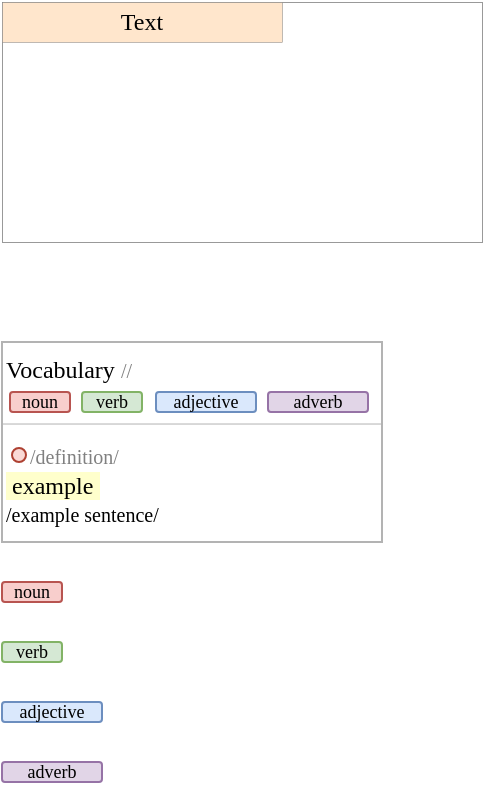
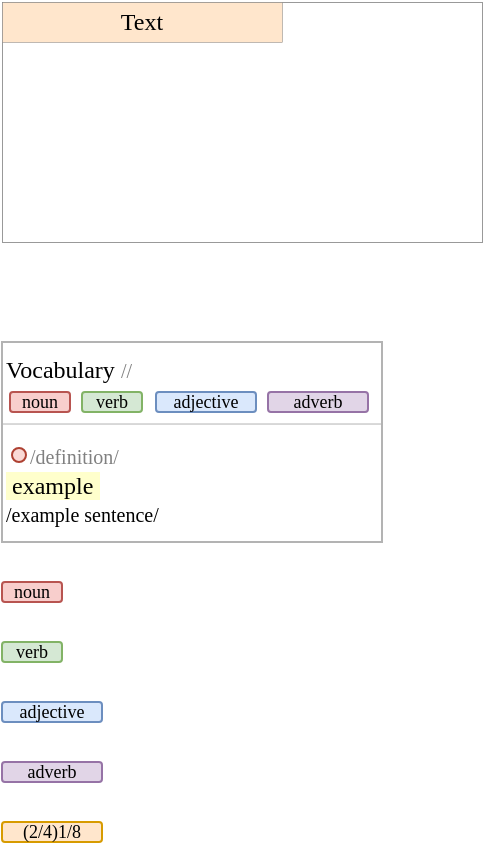
- <mxfile host="Electron" agent="Mozilla/5.0 (Macintosh; Intel Mac OS X 10_15_7) AppleWebKit/537.36 (KHTML, like Gecko) draw.io/29.3.0 Chrome/140.0.7339.249 Electron/38.7.2 Safari/537.36" version="29.3.0">
+ <mxfile host="app.diagrams.net" agent="Mozilla/5.0 (Macintosh; Intel Mac OS X 10_15_7) AppleWebKit/537.36 (KHTML, like Gecko) draw.io/29.3.0 Chrome/140.0.7339.249 Electron/38.7.2 Safari/537.36">
  <diagram name="work" id="fl1Ub4_RzcGnxSHl35ew">
-     <mxGraphModel dx="1301" dy="5329" grid="1" gridSize="10" guides="1" tooltips="1" connect="1" arrows="1" fold="1" page="1" pageScale="1" pageWidth="3300" pageHeight="4681" math="0" shadow="0">
+     <mxGraphModel dx="1087" dy="5137" grid="1" gridSize="10" guides="1" tooltips="1" connect="1" arrows="1" fold="1" page="1" pageScale="1" pageWidth="3300" pageHeight="4681" math="0" shadow="0">
      <root>
        <mxCell id="0" />
        <mxCell id="1" parent="0" />
        <mxCell id="IXuCNjXYKzgE3uD9pj-D-1" parent="1" style="rounded=0;whiteSpace=wrap;html=1;fontFamily=Comic Sans MS;align=left;verticalAlign=top;strokeColor=#999999;strokeWidth=0.5;fillColor=none;" value="" vertex="1">
          <mxGeometry height="120" width="240" x="160" y="-10" as="geometry" />
        </mxCell>
        <mxCell id="IXuCNjXYKzgE3uD9pj-D-2" parent="1" style="text;html=1;whiteSpace=wrap;strokeColor=#808080;fillColor=#FFE6CC;align=center;verticalAlign=middle;rounded=0;strokeWidth=0.25;" value="&lt;font face=&quot;Comic Sans MS&quot;&gt;Text&lt;/font&gt;" vertex="1">
          <mxGeometry height="20" width="140" x="160" y="-10" as="geometry" />
        </mxCell>
        <mxCell id="IXuCNjXYKzgE3uD9pj-D-4" parent="1" style="rounded=0;whiteSpace=wrap;html=1;fontFamily=Comic Sans MS;strokeColor=#B3B3B3;align=left;verticalAlign=top;perimeterSpacing=0;spacing=2;labelBackgroundColor=none;" value="&lt;div&gt;&lt;font style=&quot;color: rgb(0, 0, 0);&quot;&gt;Vocabulary&lt;/font&gt;&lt;font style=&quot;color: rgb(128, 128, 128);&quot;&gt; &lt;font style=&quot;font-size: 10px;&quot;&gt;//&lt;/font&gt;&lt;/font&gt;&lt;/div&gt;&lt;div&gt;&lt;font style=&quot;color: rgb(128, 128, 128);&quot;&gt;&lt;br&gt;&lt;/font&gt;&lt;/div&gt;&lt;div&gt;&lt;font style=&quot;color: rgb(128, 128, 128);&quot;&gt;&lt;br&gt;&lt;/font&gt;&lt;/div&gt;&lt;div&gt;&lt;font color=&quot;#808080&quot;&gt;&amp;nbsp; &amp;nbsp; &lt;font style=&quot;font-size: 10px;&quot;&gt;/definition/&lt;/font&gt;&lt;/font&gt;&lt;/div&gt;&lt;div&gt;&lt;font&gt;&lt;span style=&quot;background-color: rgb(255, 255, 204);&quot;&gt;&amp;nbsp;&lt;font style=&quot;color: rgb(0, 0, 0);&quot;&gt;example&lt;/font&gt;&lt;font color=&quot;#808080&quot;&gt;&amp;nbsp;&lt;/font&gt;&lt;/span&gt;&lt;/font&gt;&lt;/div&gt;&lt;div&gt;&lt;font style=&quot;color: rgb(0, 0, 0); font-size: 10px;&quot;&gt;/example sentence/&lt;/font&gt;&lt;/div&gt;" vertex="1">
          <mxGeometry height="100" width="190" x="160" y="160" as="geometry" />
        </mxCell>
        <mxCell id="IXuCNjXYKzgE3uD9pj-D-5" parent="1" style="rounded=1;whiteSpace=wrap;html=1;fontFamily=Comic Sans MS;strokeColor=#b85450;fontSize=9;fillColor=#f8cecc;" value="noun" vertex="1">
          <mxGeometry height="10" width="30" x="164" y="185" as="geometry" />
        </mxCell>
        <mxCell id="IXuCNjXYKzgE3uD9pj-D-6" parent="1" style="rounded=1;whiteSpace=wrap;html=1;fontFamily=Comic Sans MS;strokeColor=#82b366;fontSize=9;fillColor=#d5e8d4;" value="verb" vertex="1">
          <mxGeometry height="10" width="30" x="200" y="185" as="geometry" />
        </mxCell>
        <mxCell id="IXuCNjXYKzgE3uD9pj-D-7" parent="1" style="rounded=1;whiteSpace=wrap;html=1;fontFamily=Comic Sans MS;strokeColor=#6c8ebf;fontSize=9;fillColor=#dae8fc;" value="adjective" vertex="1">
          <mxGeometry height="10" width="50" x="237" y="185" as="geometry" />
        </mxCell>
        <mxCell id="IXuCNjXYKzgE3uD9pj-D-8" parent="1" style="rounded=1;whiteSpace=wrap;html=1;fontFamily=Comic Sans MS;strokeColor=#9673a6;fontSize=9;fillColor=#e1d5e7;" value="adverb" vertex="1">
          <mxGeometry height="10" width="50" x="160" y="370" as="geometry" />
        </mxCell>
        <mxCell id="IXuCNjXYKzgE3uD9pj-D-9" edge="1" parent="1" style="endArrow=none;html=1;rounded=0;endFill=0;strokeColor=light-dark(#B3B3B3,#EDEDED);strokeWidth=0.5;" value="">
          <mxGeometry height="50" relative="1" width="50" as="geometry">
            <mxPoint x="160" y="200.76" as="sourcePoint" />
            <mxPoint x="350" y="200.76" as="targetPoint" />
          </mxGeometry>
        </mxCell>
        <mxCell id="IXuCNjXYKzgE3uD9pj-D-10" parent="1" style="rounded=1;whiteSpace=wrap;html=1;fontFamily=Comic Sans MS;strokeColor=#b85450;fontSize=9;fillColor=#f8cecc;" value="noun" vertex="1">
          <mxGeometry height="10" width="30" x="160" y="280" as="geometry" />
        </mxCell>
        <mxCell id="IXuCNjXYKzgE3uD9pj-D-11" parent="1" style="rounded=1;whiteSpace=wrap;html=1;fontFamily=Comic Sans MS;strokeColor=#82b366;fontSize=9;fillColor=#d5e8d4;" value="verb" vertex="1">
          <mxGeometry height="10" width="30" x="160" y="310" as="geometry" />
        </mxCell>
        <mxCell id="IXuCNjXYKzgE3uD9pj-D-12" parent="1" style="ellipse;whiteSpace=wrap;html=1;aspect=fixed;fillColor=#fad9d5;strokeColor=#ae4132;" value="" vertex="1">
          <mxGeometry height="7" width="7" x="165" y="213" as="geometry" />
        </mxCell>
        <mxCell id="IXuCNjXYKzgE3uD9pj-D-13" parent="1" style="rounded=1;whiteSpace=wrap;html=1;fontFamily=Comic Sans MS;strokeColor=#6c8ebf;fontSize=9;fillColor=#dae8fc;" value="adjective" vertex="1">
          <mxGeometry height="10" width="50" x="160" y="340" as="geometry" />
        </mxCell>
        <mxCell id="IXuCNjXYKzgE3uD9pj-D-14" parent="1" style="rounded=1;whiteSpace=wrap;html=1;fontFamily=Comic Sans MS;strokeColor=#9673a6;fontSize=9;fillColor=#e1d5e7;" value="adverb" vertex="1">
          <mxGeometry height="10" width="50" x="293" y="185" as="geometry" />
        </mxCell>
+         <mxCell id="wOfNyO16osAoQMMdlqpN-1" parent="1" style="rounded=1;whiteSpace=wrap;html=1;fontFamily=Comic Sans MS;strokeColor=#d79b00;fontSize=9;fillColor=#ffe6cc;" value="(2/4)1/8" vertex="1">
+           <mxGeometry height="10" width="50" x="160" y="400" as="geometry" />
+         </mxCell>
      </root>
    </mxGraphModel>
  </diagram>
</mxfile>
